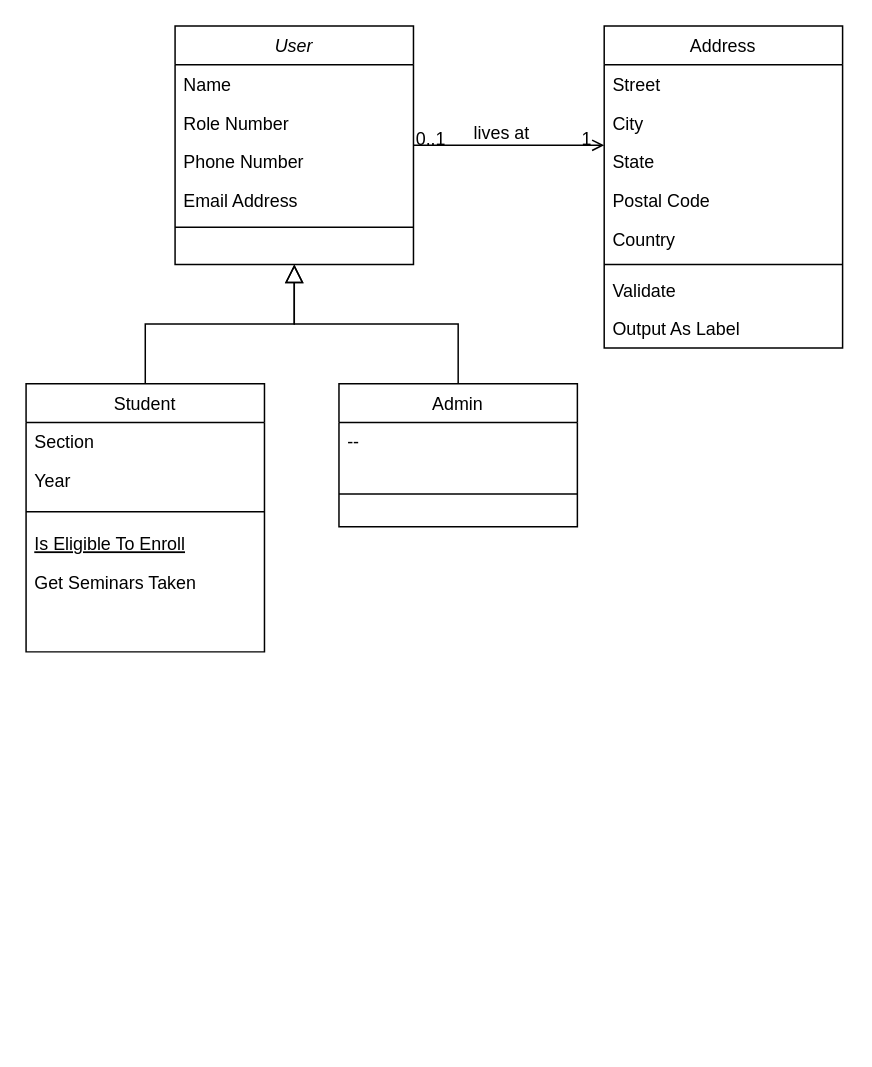
Before: Untitled Diagram.drawio in dc9865/Exam-Seat-Arrangement-System, a draw.io diagram. Source tidied: cells renumbered, new cells numbered last; positions are measured from the earlier drawing's top-left corner, leaving out a move shared by most shapes. Both pictures are drawn from the tidied source at 149%, with x=0, y=0 at pixel (25, 25).
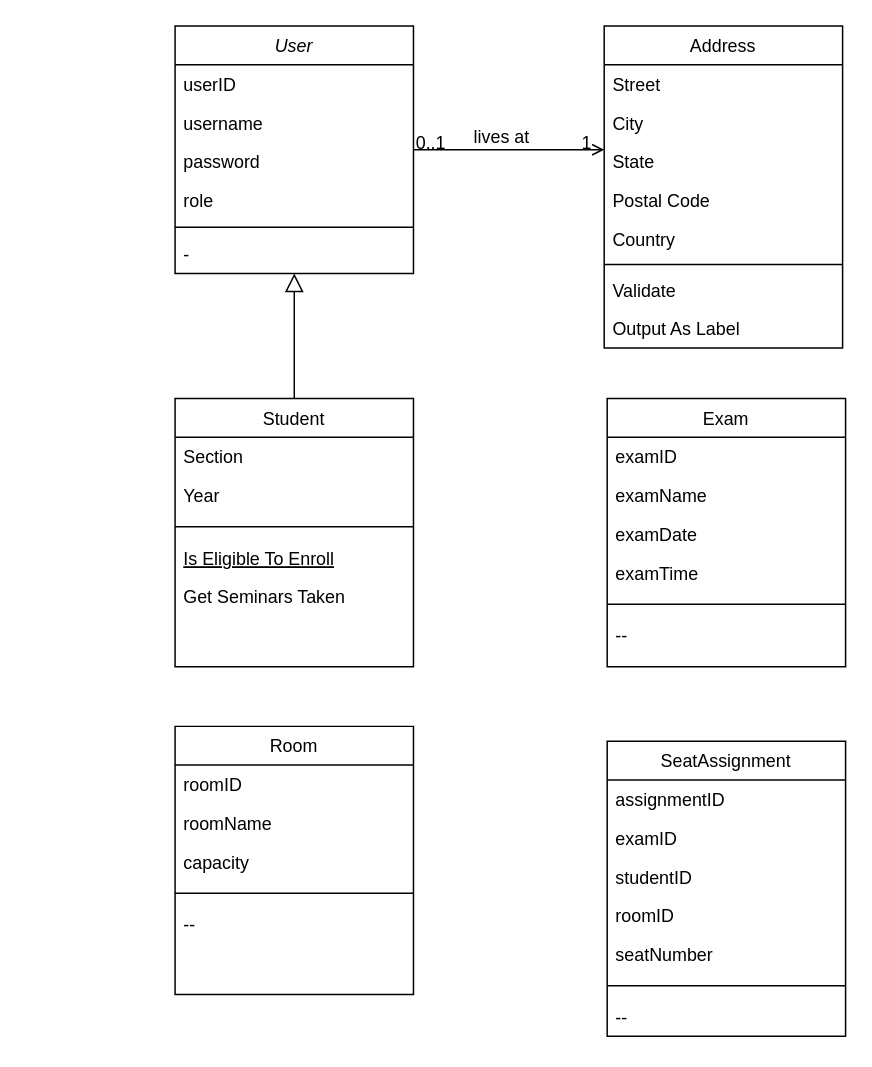
The same page after the edit.

Diff of the diagram source:
```diff
@@
     <mxCell id="2" value="User" style="swimlane;fontStyle=2;align=center;verticalAlign=top;horizontal=1;startSize=26;rounded=0;shadow=0;strokeWidth=1;" parent="1" vertex="1">
-      <mxGeometry x="100" width="160" height="160" as="geometry" />
+      <mxGeometry x="100" width="160" height="166" as="geometry" />
     </mxCell>
+    <mxCell id="4" value="userID" style="text;align=left;verticalAlign=top;spacingLeft=4;spacingRight=4;overflow=hidden;rounded=0;shadow=0;html=0;" parent="2" vertex="1">
+      <mxGeometry y="26" width="160" height="26" as="geometry" />
+    </mxCell>
-    <mxCell id="3" value="Name" style="text;align=left;verticalAlign=top;spacingLeft=4;spacingRight=4;overflow=hidden;" parent="2" vertex="1">
-      <mxGeometry y="26" width="160" height="26" as="geometry" />
+    <mxCell id="3" value="username" style="text;align=left;verticalAlign=top;spacingLeft=4;spacingRight=4;overflow=hidden;" parent="2" vertex="1">
+      <mxGeometry y="52" width="160" height="26" as="geometry" />
     </mxCell>
-    <mxCell id="4" value="Role Number" style="text;align=left;verticalAlign=top;spacingLeft=4;spacingRight=4;overflow=hidden;rounded=0;shadow=0;html=0;" parent="2" vertex="1">
-      <mxGeometry y="52" width="160" height="26" as="geometry" />
-    </mxCell>
-    <mxCell id="5" value="Phone Number" style="text;align=left;verticalAlign=top;spacingLeft=4;spacingRight=4;overflow=hidden;rounded=0;shadow=0;html=0;" parent="2" vertex="1">
+    <mxCell id="5" value="password" style="text;align=left;verticalAlign=top;spacingLeft=4;spacingRight=4;overflow=hidden;rounded=0;shadow=0;html=0;" parent="2" vertex="1">
       <mxGeometry y="78" width="160" height="26" as="geometry" />
     </mxCell>
-    <mxCell id="6" value="Email Address" style="text;align=left;verticalAlign=top;spacingLeft=4;spacingRight=4;overflow=hidden;rounded=0;shadow=0;html=0;" parent="2" vertex="1">
+    <mxCell id="6" value="role" style="text;align=left;verticalAlign=top;spacingLeft=4;spacingRight=4;overflow=hidden;rounded=0;shadow=0;html=0;" parent="2" vertex="1">
       <mxGeometry y="104" width="160" height="26" as="geometry" />
     </mxCell>
@@
+    <mxCell id="32" value="-" style="text;align=left;verticalAlign=top;spacingLeft=4;spacingRight=4;overflow=hidden;rounded=0;shadow=0;html=0;" parent="2" vertex="1">
+      <mxGeometry y="140" width="160" height="26" as="geometry" />
+    </mxCell>
     <mxCell id="8" value="Student" style="swimlane;fontStyle=0;align=center;verticalAlign=top;horizontal=1;startSize=26;rounded=0;shadow=0;strokeWidth=1;" parent="1" vertex="1">
-      <mxGeometry y="240" width="160" height="180" as="geometry" />
+      <mxGeometry x="100" y="250" width="160" height="180" as="geometry" />
     </mxCell>
@@
-    <mxCell id="15" value="Admin" style="swimlane;fontStyle=0;align=center;verticalAlign=top;horizontal=1;startSize=26;rounded=0;shadow=0;strokeWidth=1;" parent="1" vertex="1">
-      <mxGeometry x="210" y="240" width="160" height="96" as="geometry" />
-    </mxCell>
-    <mxCell id="16" value="--" style="text;align=left;verticalAlign=top;spacingLeft=4;spacingRight=4;overflow=hidden;rounded=0;shadow=0;html=0;" parent="15" vertex="1">
-      <mxGeometry y="26" width="160" height="26" as="geometry" />
-    </mxCell>
-    <mxCell id="17" style="line;html=1;strokeWidth=1;align=left;verticalAlign=middle;spacingTop=-1;spacingLeft=3;spacingRight=3;labelPosition=right;" parent="15" vertex="1">
-      <mxGeometry y="52" width="160" height="44" as="geometry" />
-    </mxCell>
-    <mxCell id="18" style="endArrow=block;endSize=10;endFill=0;shadow=0;strokeWidth=1;rounded=0;edgeStyle=elbowEdgeStyle;elbow=vertical;" parent="1" edge="1" source="15" target="2">
-      <mxGeometry relative="1" as="geometry" />
-    </mxCell>
@@
+    <mxCell id="33" value="Exam" style="swimlane;fontStyle=0;align=center;verticalAlign=top;horizontal=1;startSize=26;rounded=0;shadow=0;strokeWidth=1;" parent="1" vertex="1">
+      <mxGeometry x="390" y="250" width="160" height="180" as="geometry" />
+    </mxCell>
+    <mxCell id="34" value="examID" style="text;align=left;verticalAlign=top;spacingLeft=4;spacingRight=4;overflow=hidden;rounded=0;shadow=0;html=0;" parent="33" vertex="1">
+      <mxGeometry y="26" width="160" height="26" as="geometry" />
+    </mxCell>
+    <mxCell id="35" value="examName" style="text;align=left;verticalAlign=top;spacingLeft=4;spacingRight=4;overflow=hidden;rounded=0;shadow=0;html=0;" parent="33" vertex="1">
+      <mxGeometry y="52" width="160" height="26" as="geometry" />
+    </mxCell>
+    <mxCell id="36" value="examDate" style="text;align=left;verticalAlign=top;spacingLeft=4;spacingRight=4;overflow=hidden;rounded=0;shadow=0;html=0;" parent="33" vertex="1">
+      <mxGeometry y="78" width="160" height="26" as="geometry" />
+    </mxCell>
+    <mxCell id="37" value="examTime" style="text;align=left;verticalAlign=top;spacingLeft=4;spacingRight=4;overflow=hidden;rounded=0;shadow=0;html=0;" parent="33" vertex="1">
+      <mxGeometry y="104" width="160" height="26" as="geometry" />
+    </mxCell>
+    <mxCell id="38" style="line;html=1;strokeWidth=1;align=left;verticalAlign=middle;spacingTop=-1;spacingLeft=3;spacingRight=3;labelPosition=right;" parent="33" vertex="1">
+      <mxGeometry y="130" width="160" height="16" as="geometry" />
+    </mxCell>
+    <mxCell id="39" value="--" style="text;align=left;verticalAlign=top;spacingLeft=4;spacingRight=4;overflow=hidden;rounded=0;shadow=0;html=0;" parent="33" vertex="1">
+      <mxGeometry y="146" width="160" height="26" as="geometry" />
+    </mxCell>
+    <mxCell id="40" value="Room" style="swimlane;fontStyle=0;align=center;verticalAlign=top;horizontal=1;startSize=26;rounded=0;shadow=0;strokeWidth=1;" parent="1" vertex="1">
+      <mxGeometry x="100" y="470" width="160" height="180" as="geometry" />
+    </mxCell>
+    <mxCell id="41" value="roomID" style="text;align=left;verticalAlign=top;spacingLeft=4;spacingRight=4;overflow=hidden;rounded=0;shadow=0;html=0;" parent="40" vertex="1">
+      <mxGeometry y="26" width="160" height="26" as="geometry" />
+    </mxCell>
+    <mxCell id="42" value="roomName" style="text;align=left;verticalAlign=top;spacingLeft=4;spacingRight=4;overflow=hidden;rounded=0;shadow=0;html=0;" parent="40" vertex="1">
+      <mxGeometry y="52" width="160" height="26" as="geometry" />
+    </mxCell>
+    <mxCell id="43" value="capacity" style="text;align=left;verticalAlign=top;spacingLeft=4;spacingRight=4;overflow=hidden;rounded=0;shadow=0;html=0;" parent="40" vertex="1">
+      <mxGeometry y="78" width="160" height="26" as="geometry" />
+    </mxCell>
+    <mxCell id="44" style="line;html=1;strokeWidth=1;align=left;verticalAlign=middle;spacingTop=-1;spacingLeft=3;spacingRight=3;labelPosition=right;" parent="40" vertex="1">
+      <mxGeometry y="104" width="160" height="16" as="geometry" />
+    </mxCell>
+    <mxCell id="45" value="--" style="text;align=left;verticalAlign=top;spacingLeft=4;spacingRight=4;overflow=hidden;rounded=0;shadow=0;html=0;" parent="40" vertex="1">
+      <mxGeometry y="120" width="160" height="26" as="geometry" />
+    </mxCell>
+    <mxCell id="46" value="SeatAssignment" style="swimlane;fontStyle=0;align=center;verticalAlign=top;horizontal=1;startSize=26;rounded=0;shadow=0;strokeWidth=1;" parent="1" vertex="1">
+      <mxGeometry x="390" y="480" width="160" height="198" as="geometry" />
+    </mxCell>
+    <mxCell id="47" value="assignmentID" style="text;align=left;verticalAlign=top;spacingLeft=4;spacingRight=4;overflow=hidden;rounded=0;shadow=0;html=0;" parent="46" vertex="1">
+      <mxGeometry y="26" width="160" height="26" as="geometry" />
+    </mxCell>
+    <mxCell id="48" value="examID" style="text;align=left;verticalAlign=top;spacingLeft=4;spacingRight=4;overflow=hidden;rounded=0;shadow=0;html=0;" parent="46" vertex="1">
+      <mxGeometry y="52" width="160" height="26" as="geometry" />
+    </mxCell>
+    <mxCell id="49" value="studentID" style="text;align=left;verticalAlign=top;spacingLeft=4;spacingRight=4;overflow=hidden;rounded=0;shadow=0;html=0;" parent="46" vertex="1">
+      <mxGeometry y="78" width="160" height="26" as="geometry" />
+    </mxCell>
+    <mxCell id="50" value="roomID&#10;" style="text;align=left;verticalAlign=top;spacingLeft=4;spacingRight=4;overflow=hidden;rounded=0;shadow=0;html=0;" parent="46" vertex="1">
+      <mxGeometry y="104" width="160" height="26" as="geometry" />
+    </mxCell>
+    <mxCell id="51" value="seatNumber" style="text;align=left;verticalAlign=top;spacingLeft=4;spacingRight=4;overflow=hidden;rounded=0;shadow=0;html=0;" parent="46" vertex="1">
+      <mxGeometry y="130" width="160" height="26" as="geometry" />
+    </mxCell>
+    <mxCell id="52" style="line;html=1;strokeWidth=1;align=left;verticalAlign=middle;spacingTop=-1;spacingLeft=3;spacingRight=3;labelPosition=right;" parent="46" vertex="1">
+      <mxGeometry y="156" width="160" height="16" as="geometry" />
+    </mxCell>
+    <mxCell id="53" value="--" style="text;align=left;verticalAlign=top;spacingLeft=4;spacingRight=4;overflow=hidden;rounded=0;shadow=0;html=0;" parent="46" vertex="1">
+      <mxGeometry y="172" width="160" height="26" as="geometry" />
+    </mxCell>
```
